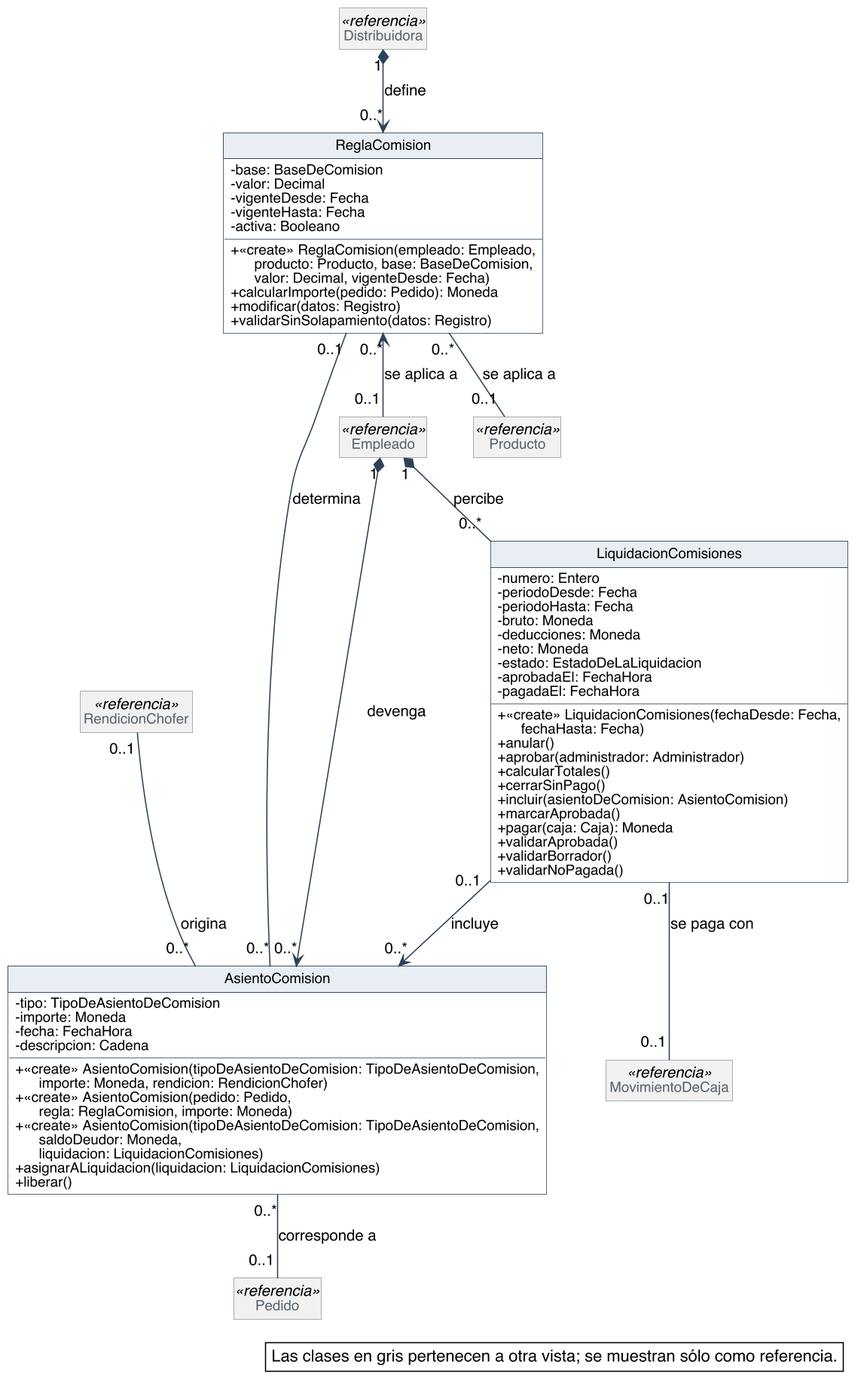
The PlantUML diagram diagramas/clases-diseno/DC_Comisiones.png in Nahuelito-Dev/splg-docs, before a commit.
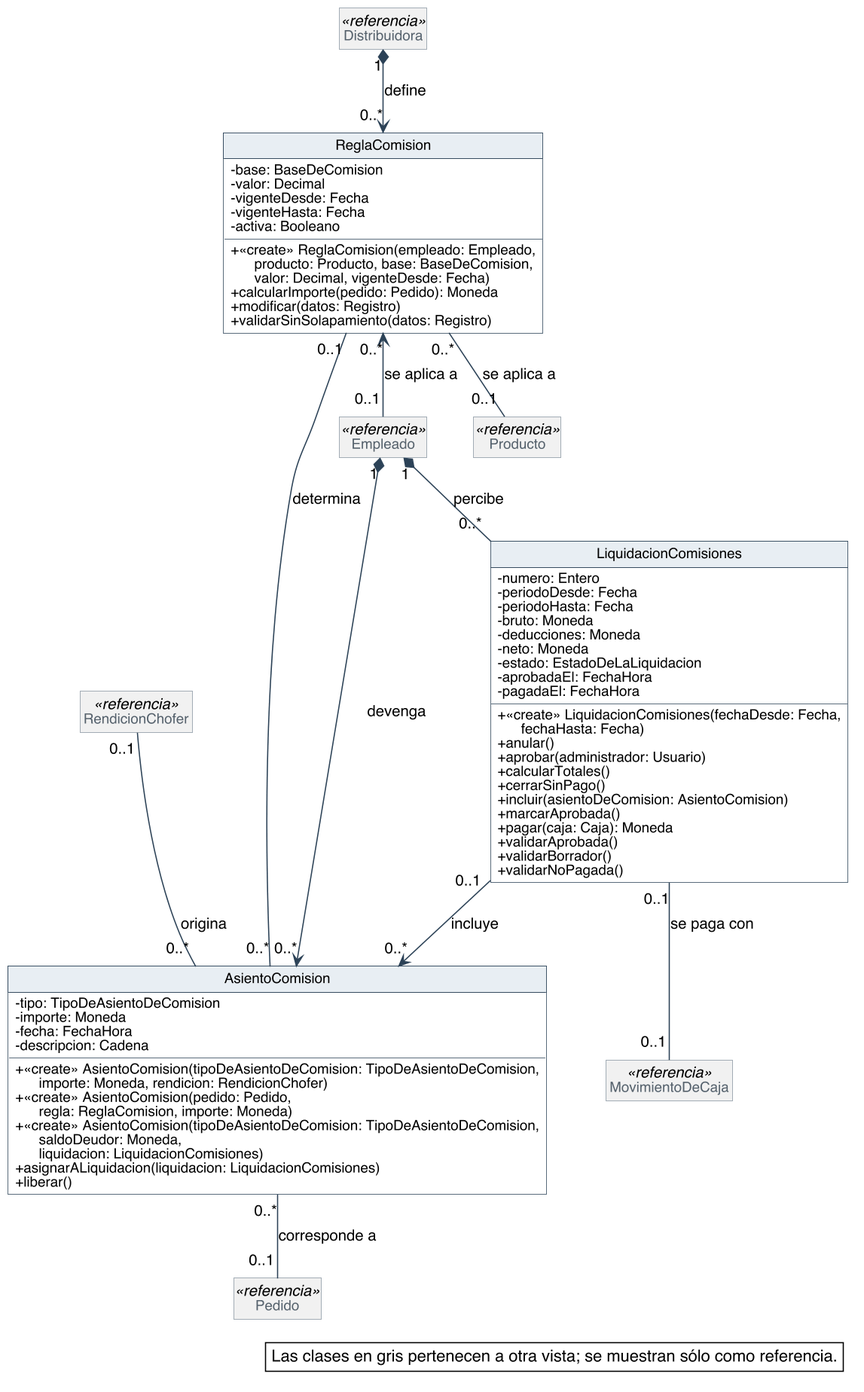
After the change.

Change to the diagram source:
```diff
@@ -91,7 +91,7 @@
   - pagadaEl: FechaHora
   + «create» LiquidacionComisiones(fechaDesde: Fecha,\n      fechaHasta: Fecha)
   + anular()
-  + aprobar(administrador: Administrador)
+  + aprobar(administrador: Usuario)
   + calcularTotales()
   + cerrarSinPago()
   + incluir(asientoDeComision: AsientoComision)
```
